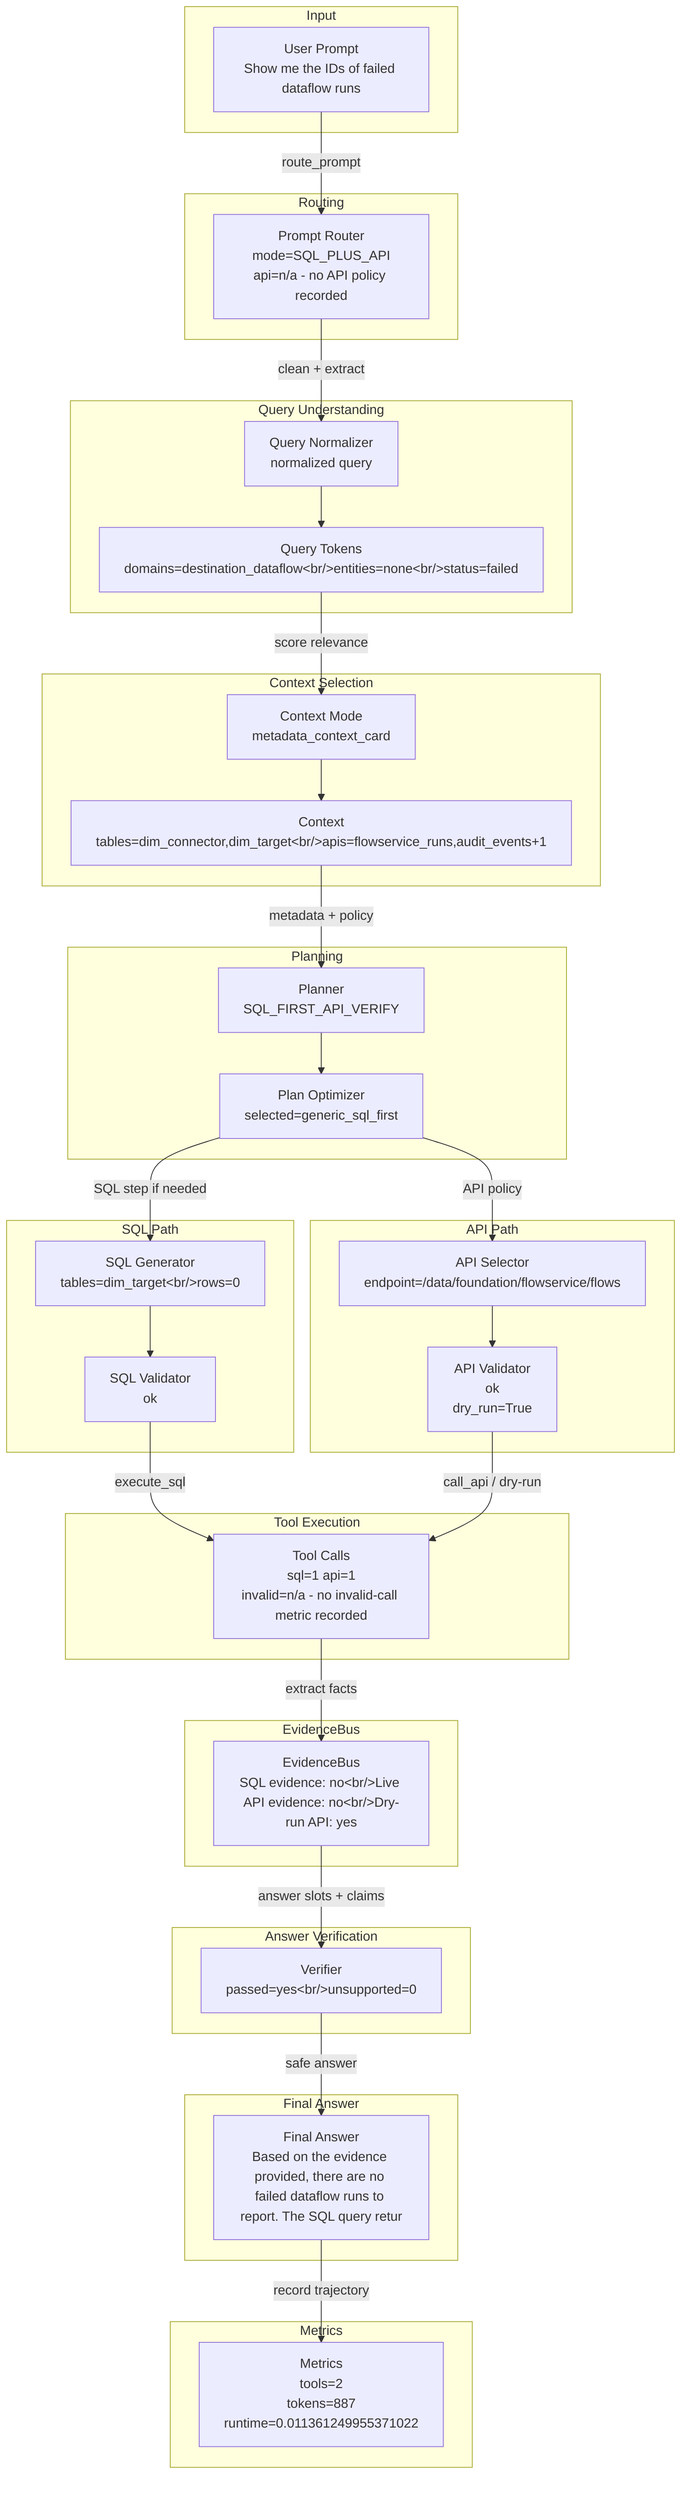
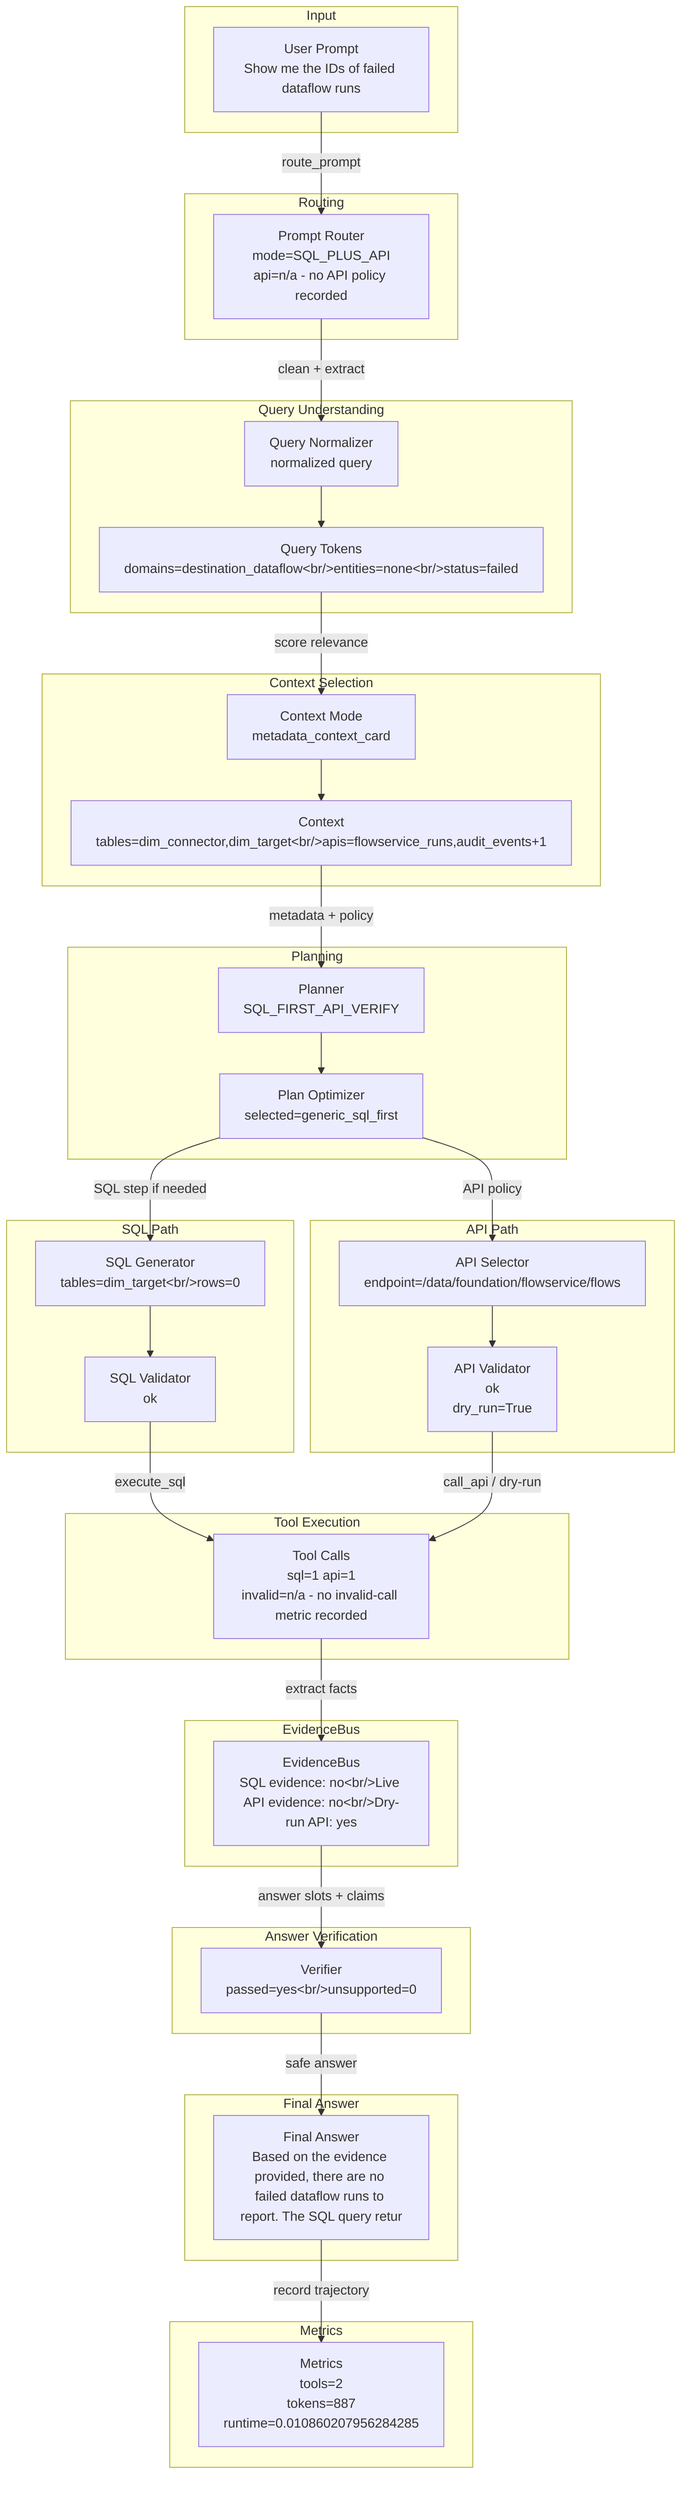
flowchart TD
  subgraph Input
    input_prompt["User Prompt<br/>Show me the IDs of failed dataflow runs"]
  end
  subgraph Routing
    router["Prompt Router<br/>mode=SQL_PLUS_API<br/>api=n/a - no API policy recorded"]
    input_prompt -->|route_prompt| router
  end
  subgraph QueryUnderstanding["Query Understanding"]
    normalizer["Query Normalizer<br/>normalized query"]
    tokens["Query Tokens<br/>domains=destination_dataflow&lt;br/&gt;entities=none&lt;br/&gt;status=failed"]
    router -->|clean + extract| normalizer --> tokens
  end
  subgraph ContextSelection["Context Selection"]
    context["Context Mode<br/>metadata_context_card"]
    candidates["Context<br/>tables=dim_connector,dim_target&lt;br/&gt;apis=flowservice_runs,audit_events+1"]
    tokens -->|score relevance| context --> candidates
  end
  subgraph Planning
    planner["Planner<br/>SQL_FIRST_API_VERIFY"]
    optimizer["Plan Optimizer<br/>selected=generic_sql_first"]
    candidates -->|metadata + policy| planner --> optimizer
  end
  subgraph SQLPath["SQL Path"]
    sqlgen["SQL Generator<br/>tables=dim_target&lt;br/&gt;rows=0"]
    sqlval["SQL Validator<br/>ok"]
    optimizer -->|SQL step if needed| sqlgen --> sqlval
  end
  subgraph APIPath["API Path"]
    apisel["API Selector<br/>endpoint=/data/foundation/flowservice/flows"]
    apival["API Validator<br/>ok<br/>dry_run=True"]
    optimizer -->|API policy| apisel --> apival
  end
  subgraph ToolExecution["Tool Execution"]
    tools["Tool Calls<br/>sql=1 api=1<br/>invalid=n/a - no invalid-call metric recorded"]
    sqlval -->|execute_sql| tools
    apival -->|call_api / dry-run| tools
  end
  subgraph EvidenceBus
    evidence["EvidenceBus<br/>SQL evidence: no&lt;br/&gt;Live API evidence: no&lt;br/&gt;Dry-run API: yes"]
    tools -->|extract facts| evidence
  end
  subgraph AnswerVerification["Answer Verification"]
    verifier["Verifier<br/>passed=yes&lt;br/&gt;unsupported=0"]
    evidence -->|answer slots + claims| verifier
  end
  subgraph FinalAnswer["Final Answer"]
    answer["Final Answer<br/>Based on the evidence provided, there are no failed dataflow runs to report. The SQL query retur"]
    verifier -->|safe answer| answer
  end
  subgraph Metrics
-     metrics["Metrics<br/>tools=2<br/>tokens=887<br/>runtime=0.011361249955371022"]
+     metrics["Metrics<br/>tools=2<br/>tokens=887<br/>runtime=0.010860207956284285"]
    answer -->|record trajectory| metrics
  end
